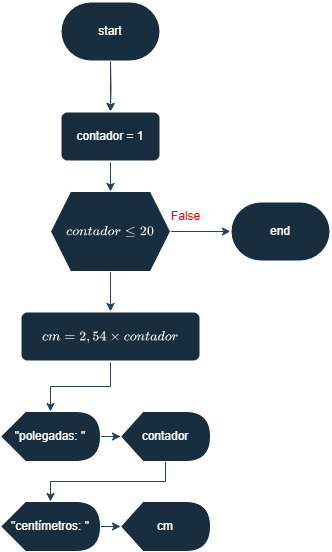
kf-martins-uel/algoritmos-atividade1 keeps this draw.io diagram as Parte-3/atividade5.png. Above is the earlier version. Source tidied: cells renumbered, new cells last; positions are measured from the earlier drawing's top-left corner, leaving out a move shared by most shapes. Source of this version:
```xml
<mxGraphModel math="1">
  <root>
    <mxCell id="0" />
    <mxCell id="1" parent="0" />
    <mxCell id="2" style="edgeStyle=orthogonalEdgeStyle;rounded=0;jettySize=auto;html=1;labelBackgroundColor=none;strokeColor=#23445D;fontColor=default;" parent="1" edge="1" source="3" target="9">
      <mxGeometry relative="1" as="geometry" />
    </mxCell>
    <mxCell id="3" value="start" style="strokeWidth=2;html=1;shape=mxgraph.flowchart.terminator;whiteSpace=wrap;labelBackgroundColor=none;fillColor=#182E3E;strokeColor=#FFFFFF;fontColor=#FFFFFF;" parent="1" vertex="1">
      <mxGeometry x="60" width="100" height="60" as="geometry" />
    </mxCell>
    <mxCell id="4" style="edgeStyle=orthogonalEdgeStyle;rounded=0;jettySize=auto;html=1;entryX=0.5;entryY=0;entryDx=0;entryDy=0;labelBackgroundColor=none;strokeColor=#23445D;fontColor=default;" parent="1" edge="1" target="9">
      <mxGeometry relative="1" as="geometry">
        <mxPoint x="110" y="60" as="sourcePoint" />
      </mxGeometry>
    </mxCell>
    <mxCell id="5" style="edgeStyle=orthogonalEdgeStyle;rounded=0;jettySize=auto;html=1;labelBackgroundColor=none;strokeColor=#23445D;fontColor=default;" parent="1" edge="1" source="7" target="11">
      <mxGeometry relative="1" as="geometry" />
    </mxCell>
    <mxCell id="6" style="edgeStyle=orthogonalEdgeStyle;rounded=0;jettySize=auto;html=1;entryX=0.5;entryY=0;entryDx=0;entryDy=0;labelBackgroundColor=none;strokeColor=#23445D;fontColor=default;" parent="1" edge="1" source="7" target="13">
      <mxGeometry relative="1" as="geometry" />
    </mxCell>
    <mxCell id="7" value="$$contador \leq 20$$" style="shape=hexagon;perimeter=hexagonPerimeter2;whiteSpace=wrap;html=1;fixedSize=1;labelBackgroundColor=none;fillColor=#182E3E;strokeColor=#FFFFFF;fontColor=#FFFFFF;" parent="1" vertex="1">
      <mxGeometry x="50" y="190" width="120" height="80" as="geometry" />
    </mxCell>
    <mxCell id="8" style="edgeStyle=orthogonalEdgeStyle;rounded=0;jettySize=auto;html=1;entryX=0.5;entryY=0;entryDx=0;entryDy=0;labelBackgroundColor=none;strokeColor=#23445D;fontColor=default;" parent="1" edge="1" source="9" target="7">
      <mxGeometry relative="1" as="geometry" />
    </mxCell>
    <mxCell id="9" value="contador = 1" style="rounded=1;whiteSpace=wrap;html=1;absoluteArcSize=1;arcSize=14;strokeWidth=2;labelBackgroundColor=none;fillColor=#182E3E;strokeColor=#FFFFFF;fontColor=#FFFFFF;" parent="1" vertex="1">
      <mxGeometry x="60" y="110" width="100" height="50" as="geometry" />
    </mxCell>
    <mxCell id="10" value="&lt;font style=&quot;color: light-dark(rgb(255, 0, 0), rgb(255, 0, 0));&quot;&gt;False&lt;/font&gt;" style="text;html=1;align=center;verticalAlign=middle;strokeColor=none;fillColor=none;fontColor=#FFFFFF;labelBackgroundColor=none;" parent="1" vertex="1">
      <mxGeometry x="160" y="200" width="50" height="30" as="geometry" />
    </mxCell>
    <mxCell id="11" value="end" style="strokeWidth=2;html=1;shape=mxgraph.flowchart.terminator;whiteSpace=wrap;labelBackgroundColor=none;fillColor=#182E3E;strokeColor=#FFFFFF;fontColor=#FFFFFF;" parent="1" vertex="1">
      <mxGeometry x="230" y="200" width="100" height="60" as="geometry" />
    </mxCell>
    <mxCell id="12" style="edgeStyle=orthogonalEdgeStyle;rounded=0;jettySize=auto;html=1;labelBackgroundColor=none;strokeColor=#23445D;fontColor=default;" parent="1" edge="1" source="13" target="15">
      <mxGeometry relative="1" as="geometry" />
    </mxCell>
    <mxCell id="13" value="$$cm = 2,54 \times contador$$" style="rounded=1;whiteSpace=wrap;html=1;absoluteArcSize=1;arcSize=14;strokeWidth=2;labelBackgroundColor=none;fillColor=#182E3E;strokeColor=#FFFFFF;fontColor=#FFFFFF;" parent="1" vertex="1">
      <mxGeometry x="20" y="310" width="180" height="50" as="geometry" />
    </mxCell>
    <mxCell id="14" style="edgeStyle=orthogonalEdgeStyle;rounded=0;jettySize=auto;html=1;labelBackgroundColor=none;strokeColor=#23445D;fontColor=default;" parent="1" edge="1" source="15" target="17">
      <mxGeometry relative="1" as="geometry" />
    </mxCell>
    <mxCell id="15" value="&quot;polegadas: &quot;" style="shape=display;whiteSpace=wrap;html=1;labelBackgroundColor=none;fillColor=#182E3E;strokeColor=#FFFFFF;fontColor=#FFFFFF;" parent="1" vertex="1">
      <mxGeometry y="410" width="100" height="50" as="geometry" />
    </mxCell>
    <mxCell id="16" style="edgeStyle=orthogonalEdgeStyle;rounded=0;jettySize=auto;html=1;labelBackgroundColor=none;strokeColor=#23445D;fontColor=default;" parent="1" edge="1" source="17" target="19">
      <mxGeometry relative="1" as="geometry">
        <Array as="points">
          <mxPoint x="165" y="480" />
          <mxPoint x="50" y="480" />
        </Array>
      </mxGeometry>
    </mxCell>
    <mxCell id="17" value="contador" style="shape=display;whiteSpace=wrap;html=1;labelBackgroundColor=none;fillColor=#182E3E;strokeColor=#FFFFFF;fontColor=#FFFFFF;" parent="1" vertex="1">
      <mxGeometry x="120" y="410" width="90" height="50" as="geometry" />
    </mxCell>
    <mxCell id="18" style="edgeStyle=orthogonalEdgeStyle;rounded=0;jettySize=auto;html=1;labelBackgroundColor=none;strokeColor=#23445D;fontColor=default;" parent="1" edge="1" source="19" target="20">
      <mxGeometry relative="1" as="geometry" />
    </mxCell>
    <mxCell id="19" value="&quot;centímetros: &quot;" style="shape=display;whiteSpace=wrap;html=1;labelBackgroundColor=none;fillColor=#182E3E;strokeColor=#FFFFFF;fontColor=#FFFFFF;" parent="1" vertex="1">
      <mxGeometry y="500" width="100" height="50" as="geometry" />
    </mxCell>
    <mxCell id="20" value="cm" style="shape=display;whiteSpace=wrap;html=1;labelBackgroundColor=none;fillColor=#182E3E;strokeColor=#FFFFFF;fontColor=#FFFFFF;" parent="1" vertex="1">
      <mxGeometry x="120" y="500" width="90" height="50" as="geometry" />
    </mxCell>
  </root>
</mxGraphModel>
```
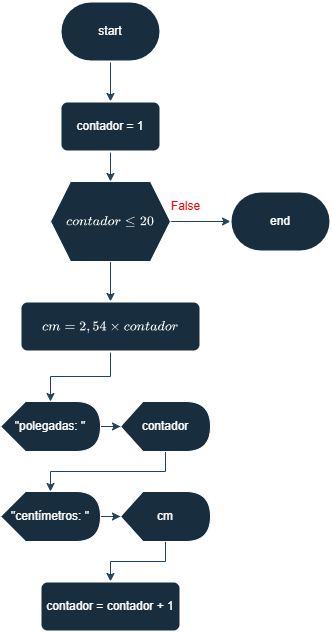
Later version of the same file.

The edit, as a diff of the source:
```diff
@@ -2,17 +2,12 @@
   <root>
     <mxCell id="0" />
     <mxCell id="1" parent="0" />
-    <mxCell id="2" style="edgeStyle=orthogonalEdgeStyle;rounded=0;jettySize=auto;html=1;labelBackgroundColor=none;strokeColor=#23445D;fontColor=default;" parent="1" edge="1" source="3" target="9">
+    <mxCell id="2" style="edgeStyle=orthogonalEdgeStyle;rounded=0;jettySize=auto;html=1;entryX=0.5;entryY=0;entryDx=0;entryDy=0;strokeColor=#23445D;" parent="1" edge="1" source="3" target="9">
       <mxGeometry relative="1" as="geometry" />
     </mxCell>
     <mxCell id="3" value="start" style="strokeWidth=2;html=1;shape=mxgraph.flowchart.terminator;whiteSpace=wrap;labelBackgroundColor=none;fillColor=#182E3E;strokeColor=#FFFFFF;fontColor=#FFFFFF;" parent="1" vertex="1">
-      <mxGeometry x="60" width="100" height="60" as="geometry" />
+      <mxGeometry x="60" y="10" width="100" height="60" as="geometry" />
     </mxCell>
-    <mxCell id="4" style="edgeStyle=orthogonalEdgeStyle;rounded=0;jettySize=auto;html=1;entryX=0.5;entryY=0;entryDx=0;entryDy=0;labelBackgroundColor=none;strokeColor=#23445D;fontColor=default;" parent="1" edge="1" target="9">
-      <mxGeometry relative="1" as="geometry">
-        <mxPoint x="110" y="60" as="sourcePoint" />
-      </mxGeometry>
-    </mxCell>
     <mxCell id="5" style="edgeStyle=orthogonalEdgeStyle;rounded=0;jettySize=auto;html=1;labelBackgroundColor=none;strokeColor=#23445D;fontColor=default;" parent="1" edge="1" source="7" target="11">
       <mxGeometry relative="1" as="geometry" />
     </mxCell>
@@ -63,8 +58,14 @@
     <mxCell id="19" value="&quot;centímetros: &quot;" style="shape=display;whiteSpace=wrap;html=1;labelBackgroundColor=none;fillColor=#182E3E;strokeColor=#FFFFFF;fontColor=#FFFFFF;" parent="1" vertex="1">
       <mxGeometry y="500" width="100" height="50" as="geometry" />
     </mxCell>
+    <mxCell id="21" style="edgeStyle=orthogonalEdgeStyle;rounded=0;jettySize=auto;html=1;strokeColor=#23445D;" parent="1" edge="1" source="20" target="22">
+      <mxGeometry relative="1" as="geometry" />
+    </mxCell>
     <mxCell id="20" value="cm" style="shape=display;whiteSpace=wrap;html=1;labelBackgroundColor=none;fillColor=#182E3E;strokeColor=#FFFFFF;fontColor=#FFFFFF;" parent="1" vertex="1">
       <mxGeometry x="120" y="500" width="90" height="50" as="geometry" />
     </mxCell>
+    <mxCell id="22" value="contador = contador + 1" style="rounded=1;whiteSpace=wrap;html=1;absoluteArcSize=1;arcSize=14;strokeWidth=2;labelBackgroundColor=none;fillColor=#182E3E;strokeColor=#FFFFFF;fontColor=#FFFFFF;" parent="1" vertex="1">
+      <mxGeometry x="40" y="590" width="140" height="50" as="geometry" />
+    </mxCell>
   </root>
 </mxGraphModel>
```
